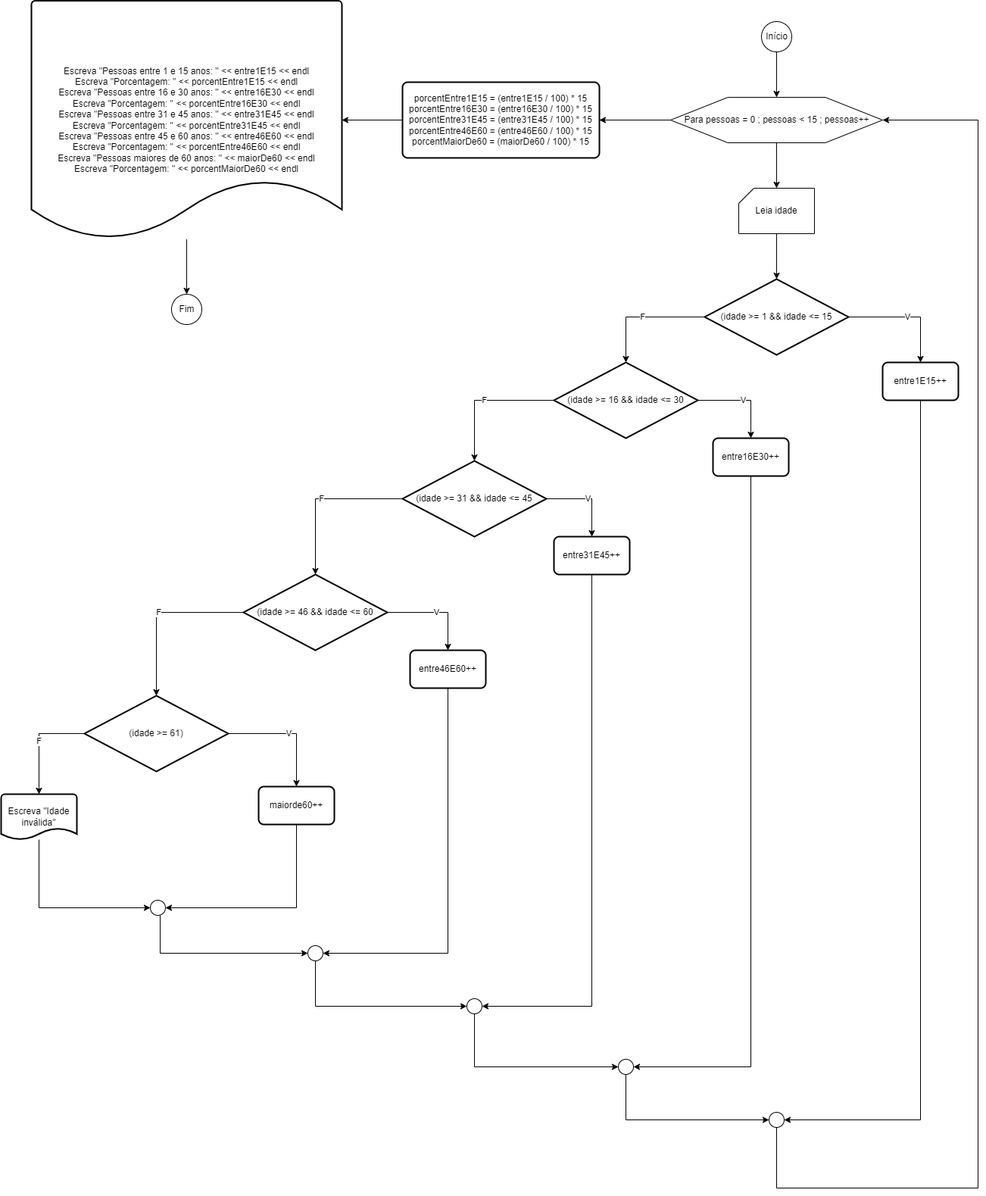
Above: LOG1/Listas/Lista 2 - Comandos Repetição/Diagramas/ex2.drawio.png in Marchinner/Faculdade (draw.io), before the change. Source tidied: cells renumbered, new cells last; positions are measured from the earlier drawing's top-left corner, leaving out a move shared by most shapes. The source it was exported from:
```xml
<mxGraphModel>
  <root>
    <mxCell id="0" />
    <mxCell id="1" parent="0" />
    <mxCell id="2" style="edgeStyle=orthogonalEdgeStyle;rounded=0;jettySize=auto;html=1;" parent="1" edge="1" source="3" target="6">
      <mxGeometry relative="1" as="geometry" />
    </mxCell>
    <mxCell id="3" value="Início" style="verticalLabelPosition=middle;verticalAlign=middle;html=1;shape=mxgraph.flowchart.on-page_reference;labelPosition=center;align=center;" parent="1" vertex="1">
      <mxGeometry x="1004" y="28" width="40" height="40" as="geometry" />
    </mxCell>
    <mxCell id="4" style="edgeStyle=orthogonalEdgeStyle;rounded=0;jettySize=auto;html=1;" parent="1" edge="1" source="6" target="8">
      <mxGeometry relative="1" as="geometry" />
    </mxCell>
    <mxCell id="5" style="edgeStyle=orthogonalEdgeStyle;rounded=0;jettySize=auto;html=1;" parent="1" edge="1" source="6" target="47">
      <mxGeometry relative="1" as="geometry" />
    </mxCell>
    <mxCell id="6" value="Para pessoas = 0 ; pessoas &amp;lt; 15 ; pessoas++" style="verticalLabelPosition=middle;verticalAlign=middle;html=1;shape=hexagon;perimeter=hexagonPerimeter2;arcSize=6;size=0.27;labelPosition=center;align=center;" parent="1" vertex="1">
      <mxGeometry x="884" y="128" width="280" height="60" as="geometry" />
    </mxCell>
    <mxCell id="7" style="edgeStyle=orthogonalEdgeStyle;rounded=0;jettySize=auto;html=1;" parent="1" edge="1" source="8" target="11">
      <mxGeometry relative="1" as="geometry" />
    </mxCell>
    <mxCell id="8" value="Leia idade" style="verticalLabelPosition=middle;verticalAlign=middle;html=1;shape=card;whiteSpace=wrap;size=20;arcSize=12;labelPosition=center;align=center;" parent="1" vertex="1">
      <mxGeometry x="974" y="248" width="100" height="60" as="geometry" />
    </mxCell>
    <mxCell id="9" value="V" style="edgeStyle=orthogonalEdgeStyle;rounded=0;jettySize=auto;html=1;entryX=0.5;entryY=0;entryDx=0;entryDy=0;" parent="1" edge="1" source="11" target="25">
      <mxGeometry relative="1" as="geometry" />
    </mxCell>
    <mxCell id="10" value="F" style="edgeStyle=orthogonalEdgeStyle;rounded=0;jettySize=auto;html=1;entryX=0.5;entryY=0;entryDx=0;entryDy=0;entryPerimeter=0;" parent="1" edge="1" source="11" target="14">
      <mxGeometry relative="1" as="geometry" />
    </mxCell>
    <mxCell id="11" value="(idade &amp;gt;= 1 &amp;amp;&amp;amp; idade &amp;lt;= 15" style="strokeWidth=2;html=1;shape=mxgraph.flowchart.decision;whiteSpace=wrap;" parent="1" vertex="1">
      <mxGeometry x="929" y="368" width="190" height="100" as="geometry" />
    </mxCell>
    <mxCell id="12" value="V" style="edgeStyle=orthogonalEdgeStyle;rounded=0;jettySize=auto;html=1;entryX=0.5;entryY=0;entryDx=0;entryDy=0;" parent="1" edge="1" source="14" target="27">
      <mxGeometry relative="1" as="geometry" />
    </mxCell>
    <mxCell id="13" value="F" style="edgeStyle=orthogonalEdgeStyle;rounded=0;jettySize=auto;html=1;entryX=0.5;entryY=0;entryDx=0;entryDy=0;entryPerimeter=0;" parent="1" edge="1" source="14" target="17">
      <mxGeometry relative="1" as="geometry" />
    </mxCell>
    <mxCell id="14" value="(idade &amp;gt;= 16 &amp;amp;&amp;amp; idade &amp;lt;= 30&lt;span style=&quot;color: rgba(0, 0, 0, 0); font-family: monospace; font-size: 0px; text-align: start;&quot;&gt;%3CmxGraphModel%3E%3Croot%3E%3CmxCell%20id%3D%220%22%2F%3E%3CmxCell%20id%3D%221%22%20parent%3D%220%22%2F%3E%3CmxCell%20id%3D%222%22%20value%3D%22(idade%20%26amp%3Bgt%3B%3D%201%20%26amp%3Bamp%3B%26amp%3Bamp%3B%20idade%20%26amp%3Blt%3B%3D%2015%22%20style%3D%22strokeWidth%3D2%3Bhtml%3D1%3Bshape%3Dmxgraph.flowchart.decision%3BwhiteSpace%3Dwrap%3B%22%20vertex%3D%221%22%20parent%3D%221%22%3E%3CmxGeometry%20x%3D%22319%22%20y%3D%22360%22%20width%3D%22190%22%20height%3D%22100%22%20as%3D%22geometry%22%2F%3E%3C%2FmxCell%3E%3C%2Froot%3E%3C%2FmxGraphModel%3E&lt;/span&gt;" style="strokeWidth=2;html=1;shape=mxgraph.flowchart.decision;whiteSpace=wrap;" parent="1" vertex="1">
      <mxGeometry x="730" y="478" width="190" height="100" as="geometry" />
    </mxCell>
    <mxCell id="15" value="V" style="edgeStyle=orthogonalEdgeStyle;rounded=0;jettySize=auto;html=1;entryX=0.5;entryY=0;entryDx=0;entryDy=0;" parent="1" edge="1" source="17" target="29">
      <mxGeometry relative="1" as="geometry" />
    </mxCell>
    <mxCell id="16" value="F" style="edgeStyle=orthogonalEdgeStyle;rounded=0;jettySize=auto;html=1;entryX=0.5;entryY=0;entryDx=0;entryDy=0;entryPerimeter=0;" parent="1" edge="1" source="17" target="20">
      <mxGeometry relative="1" as="geometry" />
    </mxCell>
    <mxCell id="17" value="(idade &amp;gt;= 31 &amp;amp;&amp;amp; idade &amp;lt;= 45&lt;span style=&quot;color: rgba(0, 0, 0, 0); font-family: monospace; font-size: 0px; text-align: start;&quot;&gt;%3CmxGraphModel%3E%3Croot%3E%3CmxCell%20id%3D%220%22%2F%3E%3CmxCell%20id%3D%221%22%20parent%3D%220%22%2F%3E%3CmxCell%20id%3D%222%22%20value%3D%22(idade%20%26amp%3Bgt%3B%3D%201%20%26amp%3Bamp%3B%26amp%3Bamp%3B%20idade%20%26amp%3Blt%3B%3D%2015%22%20style%3D%22strokeWidth%3D2%3Bhtml%3D1%3Bshape%3Dmxgraph.flowchart.decision%3BwhiteSpace%3Dwrap%3B%22%20vertex%3D%221%22%20parent%3D%221%22%3E%3CmxGeometry%20x%3D%22319%22%20y%3D%22360%22%20width%3D%22190%22%20height%3D%22100%22%20as%3D%22geometry%22%2F%3E%3C%2FmxCell%3E%3C%2Froot%3E%3C%2FmxGraphModel%3E&lt;/span&gt;" style="strokeWidth=2;html=1;shape=mxgraph.flowchart.decision;whiteSpace=wrap;" parent="1" vertex="1">
      <mxGeometry x="530" y="608" width="190" height="100" as="geometry" />
    </mxCell>
    <mxCell id="18" value="V" style="edgeStyle=orthogonalEdgeStyle;rounded=0;jettySize=auto;html=1;entryX=0.5;entryY=0;entryDx=0;entryDy=0;" parent="1" edge="1" source="20" target="31">
      <mxGeometry relative="1" as="geometry" />
    </mxCell>
    <mxCell id="19" value="F" style="edgeStyle=orthogonalEdgeStyle;rounded=0;jettySize=auto;html=1;entryX=0.5;entryY=0;entryDx=0;entryDy=0;entryPerimeter=0;" parent="1" edge="1" source="20" target="23">
      <mxGeometry relative="1" as="geometry" />
    </mxCell>
    <mxCell id="20" value="(idade &amp;gt;= 46 &amp;amp;&amp;amp; idade &amp;lt;= 60&lt;span style=&quot;color: rgba(0, 0, 0, 0); font-family: monospace; font-size: 0px; text-align: start;&quot;&gt;%3CmxGraphModel%3E%3Croot%3E%3CmxCell%20id%3D%220%22%2F%3E%3CmxCell%20id%3D%221%22%20parent%3D%220%22%2F%3E%3CmxCell%20id%3D%222%22%20value%3D%22(idade%20%26amp%3Bgt%3B%3D%201%20%26amp%3Bamp%3B%26amp%3Bamp%3B%20idade%20%26amp%3Blt%3B%3D%2015%22%20style%3D%22strokeWidth%3D2%3Bhtml%3D1%3Bshape%3Dmxgraph.flowchart.decision%3BwhiteSpace%3Dwrap%3B%22%20vertex%3D%221%22%20parent%3D%221%22%3E%3CmxGeometry%20x%3D%22319%22%20y%3D%22360%22%20width%3D%22190%22%20height%3D%22100%22%20as%3D%22geometry%22%2F%3E%3C%2FmxCell%3E%3C%2Froot%3E%3C%2FmxGraphModel%3E&lt;/span&gt;" style="strokeWidth=2;html=1;shape=mxgraph.flowchart.decision;whiteSpace=wrap;" parent="1" vertex="1">
      <mxGeometry x="320" y="758" width="190" height="100" as="geometry" />
    </mxCell>
    <mxCell id="21" value="V" style="edgeStyle=orthogonalEdgeStyle;rounded=0;jettySize=auto;html=1;entryX=0.5;entryY=0;entryDx=0;entryDy=0;" parent="1" edge="1" source="23" target="33">
      <mxGeometry relative="1" as="geometry" />
    </mxCell>
    <mxCell id="22" value="F" style="edgeStyle=orthogonalEdgeStyle;rounded=0;jettySize=auto;html=1;entryX=0.5;entryY=0;entryDx=0;entryDy=0;entryPerimeter=0;" parent="1" edge="1" source="23" target="35">
      <mxGeometry relative="1" as="geometry" />
    </mxCell>
    <mxCell id="23" value="(idade &amp;gt;= 61)&lt;span style=&quot;color: rgba(0, 0, 0, 0); font-family: monospace; font-size: 0px; text-align: start;&quot;&gt;%3CmxGraphModel%3E%3Croot%3E%3CmxCell%20id%3D%220%22%2F%3E%3CmxCell%20id%3D%221%22%20parent%3D%220%22%2F%3E%3CmxCell%20id%3D%222%22%20value%3D%22(idade%20%26amp%3Bgt%3B%3D%201%20%26amp%3Bamp%3B%26amp%3Bamp%3B%20idade%20%26amp%3Blt%3B%3D%2015%22%20style%3D%22strokeWidth%3D2%3Bhtml%3D1%3Bshape%3Dmxgraph.flowchart.decision%3BwhiteSpace%3Dwrap%3B%22%20vertex%3D%221%22%20parent%3D%221%22%3E%3CmxGeometry%20x%3D%22319%22%20y%3D%22360%22%20width%3D%22190%22%20height%3D%22100%22%20as%3D%22geometry%22%2F%3E%3C%2FmxCell%3E%3C%2Froot%3E%3C%2FmxGraphModel%3E&lt;/span&gt;" style="strokeWidth=2;html=1;shape=mxgraph.flowchart.decision;whiteSpace=wrap;" parent="1" vertex="1">
      <mxGeometry x="110" y="918" width="190" height="100" as="geometry" />
    </mxCell>
    <mxCell id="24" style="edgeStyle=orthogonalEdgeStyle;rounded=0;jettySize=auto;html=1;entryX=1;entryY=0.5;entryDx=0;entryDy=0;entryPerimeter=0;" parent="1" edge="1" source="25" target="45">
      <mxGeometry relative="1" as="geometry">
        <Array as="points">
          <mxPoint x="1214" y="1478" />
        </Array>
      </mxGeometry>
    </mxCell>
    <mxCell id="25" value="entre1E15++" style="rounded=1;whiteSpace=wrap;html=1;absoluteArcSize=1;arcSize=14;strokeWidth=2;" parent="1" vertex="1">
      <mxGeometry x="1164" y="478" width="100" height="50" as="geometry" />
    </mxCell>
    <mxCell id="26" style="edgeStyle=orthogonalEdgeStyle;rounded=0;jettySize=auto;html=1;entryX=1;entryY=0.5;entryDx=0;entryDy=0;entryPerimeter=0;" parent="1" edge="1" source="27" target="43">
      <mxGeometry relative="1" as="geometry">
        <Array as="points">
          <mxPoint x="990" y="1408" />
        </Array>
      </mxGeometry>
    </mxCell>
    <mxCell id="27" value="entre16E30++" style="rounded=1;whiteSpace=wrap;html=1;absoluteArcSize=1;arcSize=14;strokeWidth=2;" parent="1" vertex="1">
      <mxGeometry x="940" y="578" width="100" height="50" as="geometry" />
    </mxCell>
    <mxCell id="28" style="edgeStyle=orthogonalEdgeStyle;rounded=0;jettySize=auto;html=1;entryX=1;entryY=0.5;entryDx=0;entryDy=0;entryPerimeter=0;" parent="1" edge="1" source="29" target="41">
      <mxGeometry relative="1" as="geometry">
        <Array as="points">
          <mxPoint x="780" y="1328" />
        </Array>
      </mxGeometry>
    </mxCell>
    <mxCell id="29" value="entre31E45++" style="rounded=1;whiteSpace=wrap;html=1;absoluteArcSize=1;arcSize=14;strokeWidth=2;" parent="1" vertex="1">
      <mxGeometry x="730" y="708" width="100" height="50" as="geometry" />
    </mxCell>
    <mxCell id="30" style="edgeStyle=orthogonalEdgeStyle;rounded=0;jettySize=auto;html=1;entryX=1;entryY=0.5;entryDx=0;entryDy=0;entryPerimeter=0;" parent="1" edge="1" source="31" target="39">
      <mxGeometry relative="1" as="geometry">
        <Array as="points">
          <mxPoint x="590" y="1258" />
        </Array>
      </mxGeometry>
    </mxCell>
    <mxCell id="31" value="entre46E60++" style="rounded=1;whiteSpace=wrap;html=1;absoluteArcSize=1;arcSize=14;strokeWidth=2;" parent="1" vertex="1">
      <mxGeometry x="540" y="858" width="100" height="50" as="geometry" />
    </mxCell>
    <mxCell id="32" style="edgeStyle=orthogonalEdgeStyle;rounded=0;jettySize=auto;html=1;entryX=1;entryY=0.5;entryDx=0;entryDy=0;entryPerimeter=0;" parent="1" edge="1" source="33" target="37">
      <mxGeometry relative="1" as="geometry">
        <Array as="points">
          <mxPoint x="390" y="1198" />
        </Array>
      </mxGeometry>
    </mxCell>
    <mxCell id="33" value="maiorde60++" style="rounded=1;whiteSpace=wrap;html=1;absoluteArcSize=1;arcSize=14;strokeWidth=2;" parent="1" vertex="1">
      <mxGeometry x="340" y="1038" width="100" height="50" as="geometry" />
    </mxCell>
    <mxCell id="34" style="edgeStyle=orthogonalEdgeStyle;rounded=0;jettySize=auto;html=1;entryX=0;entryY=0.5;entryDx=0;entryDy=0;entryPerimeter=0;" parent="1" edge="1" source="35" target="37">
      <mxGeometry relative="1" as="geometry">
        <Array as="points">
          <mxPoint x="50" y="1198" />
        </Array>
      </mxGeometry>
    </mxCell>
    <mxCell id="35" value="Escreva &quot;Idade inválida&quot;" style="strokeWidth=2;html=1;shape=mxgraph.flowchart.document2;whiteSpace=wrap;size=0.25;" parent="1" vertex="1">
      <mxGeometry y="1048" width="100" height="60" as="geometry" />
    </mxCell>
    <mxCell id="36" style="edgeStyle=orthogonalEdgeStyle;rounded=0;jettySize=auto;html=1;entryX=0;entryY=0.5;entryDx=0;entryDy=0;entryPerimeter=0;" parent="1" edge="1" source="37" target="39">
      <mxGeometry relative="1" as="geometry">
        <Array as="points">
          <mxPoint x="210" y="1258" />
        </Array>
      </mxGeometry>
    </mxCell>
    <mxCell id="37" style="verticalLabelPosition=bottom;verticalAlign=top;html=1;shape=mxgraph.flowchart.on-page_reference;" parent="1" vertex="1">
      <mxGeometry x="197" y="1188" width="20" height="20" as="geometry" />
    </mxCell>
    <mxCell id="38" style="edgeStyle=orthogonalEdgeStyle;rounded=0;jettySize=auto;html=1;entryX=0;entryY=0.5;entryDx=0;entryDy=0;entryPerimeter=0;" parent="1" edge="1" source="39" target="41">
      <mxGeometry relative="1" as="geometry">
        <Array as="points">
          <mxPoint x="415" y="1328" />
        </Array>
      </mxGeometry>
    </mxCell>
    <mxCell id="39" style="verticalLabelPosition=bottom;verticalAlign=top;html=1;shape=mxgraph.flowchart.on-page_reference;" parent="1" vertex="1">
      <mxGeometry x="405" y="1248" width="20" height="20" as="geometry" />
    </mxCell>
    <mxCell id="40" style="edgeStyle=orthogonalEdgeStyle;rounded=0;jettySize=auto;html=1;entryX=0;entryY=0.5;entryDx=0;entryDy=0;entryPerimeter=0;" parent="1" edge="1" source="41" target="43">
      <mxGeometry relative="1" as="geometry">
        <Array as="points">
          <mxPoint x="625" y="1408" />
        </Array>
      </mxGeometry>
    </mxCell>
    <mxCell id="41" style="verticalLabelPosition=bottom;verticalAlign=top;html=1;shape=mxgraph.flowchart.on-page_reference;" parent="1" vertex="1">
      <mxGeometry x="615" y="1318" width="20" height="20" as="geometry" />
    </mxCell>
    <mxCell id="42" style="edgeStyle=orthogonalEdgeStyle;rounded=0;jettySize=auto;html=1;entryX=0;entryY=0.5;entryDx=0;entryDy=0;entryPerimeter=0;" parent="1" edge="1" source="43" target="45">
      <mxGeometry relative="1" as="geometry">
        <Array as="points">
          <mxPoint x="825" y="1478" />
        </Array>
      </mxGeometry>
    </mxCell>
    <mxCell id="43" style="verticalLabelPosition=bottom;verticalAlign=top;html=1;shape=mxgraph.flowchart.on-page_reference;" parent="1" vertex="1">
      <mxGeometry x="815" y="1398" width="20" height="20" as="geometry" />
    </mxCell>
    <mxCell id="44" style="edgeStyle=orthogonalEdgeStyle;rounded=0;jettySize=auto;html=1;entryX=1;entryY=0.5;entryDx=0;entryDy=0;" parent="1" edge="1" source="45" target="6">
      <mxGeometry relative="1" as="geometry">
        <Array as="points">
          <mxPoint x="1024" y="1568" />
          <mxPoint x="1290" y="1568" />
          <mxPoint x="1290" y="158" />
        </Array>
      </mxGeometry>
    </mxCell>
    <mxCell id="45" style="verticalLabelPosition=bottom;verticalAlign=top;html=1;shape=mxgraph.flowchart.on-page_reference;" parent="1" vertex="1">
      <mxGeometry x="1014" y="1468" width="20" height="20" as="geometry" />
    </mxCell>
    <mxCell id="46" style="edgeStyle=orthogonalEdgeStyle;rounded=0;jettySize=auto;html=1;" parent="1" edge="1" source="47" target="49">
      <mxGeometry relative="1" as="geometry" />
    </mxCell>
    <mxCell id="47" value="porcentEntre1E15 = (entre1E15 / 100) * 15&lt;br&gt;porcentEntre16E30 = (entre16E30 / 100) * 15&lt;br&gt;porcentEntre31E45 = (entre31E45 / 100) * 15&lt;br&gt;porcentEntre46E60 = (entre46E60 / 100) * 15&lt;br&gt;porcentMaiorDe60 = (maiorDe60 / 100) * 15" style="rounded=1;whiteSpace=wrap;html=1;absoluteArcSize=1;arcSize=14;strokeWidth=2;" parent="1" vertex="1">
      <mxGeometry x="530" y="108" width="260" height="100" as="geometry" />
    </mxCell>
    <mxCell id="48" style="edgeStyle=orthogonalEdgeStyle;rounded=0;jettySize=auto;html=1;" parent="1" edge="1" source="49" target="50">
      <mxGeometry relative="1" as="geometry" />
    </mxCell>
    <mxCell id="49" value="Escreva &quot;Pessoas entre 1 e 15 anos: &quot; &amp;lt;&amp;lt; entre1E15 &amp;lt;&amp;lt; endl&lt;br&gt;Escreva &quot;Porcentagem: &quot; &amp;lt;&amp;lt; porcentEntre1E15 &amp;lt;&amp;lt; endl&lt;br&gt;Escreva &quot;Pessoas entre 16 e 30 anos: &quot; &amp;lt;&amp;lt; entre16E30 &amp;lt;&amp;lt; endl&lt;br&gt;Escreva &quot;Porcentagem: &quot; &amp;lt;&amp;lt; porcentEntre16E30 &amp;lt;&amp;lt; endl&lt;br&gt;Escreva &quot;Pessoas entre 31 e 45 anos: &quot; &amp;lt;&amp;lt; entre31E45 &amp;lt;&amp;lt; endl&lt;br&gt;Escreva &quot;Porcentagem: &quot; &amp;lt;&amp;lt; porcentEntre31E45 &amp;lt;&amp;lt; endl&lt;br&gt;Escreva &quot;Pessoas entre 45 e 60 anos: &quot; &amp;lt;&amp;lt; entre46E60 &amp;lt;&amp;lt; endl&lt;br&gt;Escreva &quot;Porcentagem: &quot; &amp;lt;&amp;lt; porcentEntre46E60 &amp;lt;&amp;lt; endl&lt;br&gt;Escreva &quot;Pessoas maiores de 60 anos: &quot; &amp;lt;&amp;lt; maiorDe60 &amp;lt;&amp;lt; endl&lt;br&gt;Escreva &quot;Porcentagem: &quot; &amp;lt;&amp;lt; porcentMaiorDe60 &amp;lt;&amp;lt; endl" style="strokeWidth=2;html=1;shape=mxgraph.flowchart.document2;whiteSpace=wrap;size=0.25;" parent="1" vertex="1">
      <mxGeometry x="40" y="0.5" width="410" height="315" as="geometry" />
    </mxCell>
    <mxCell id="50" value="Fim" style="verticalLabelPosition=middle;verticalAlign=middle;html=1;shape=mxgraph.flowchart.on-page_reference;labelPosition=center;align=center;" parent="1" vertex="1">
      <mxGeometry x="225" y="388" width="40" height="40" as="geometry" />
    </mxCell>
  </root>
</mxGraphModel>
```
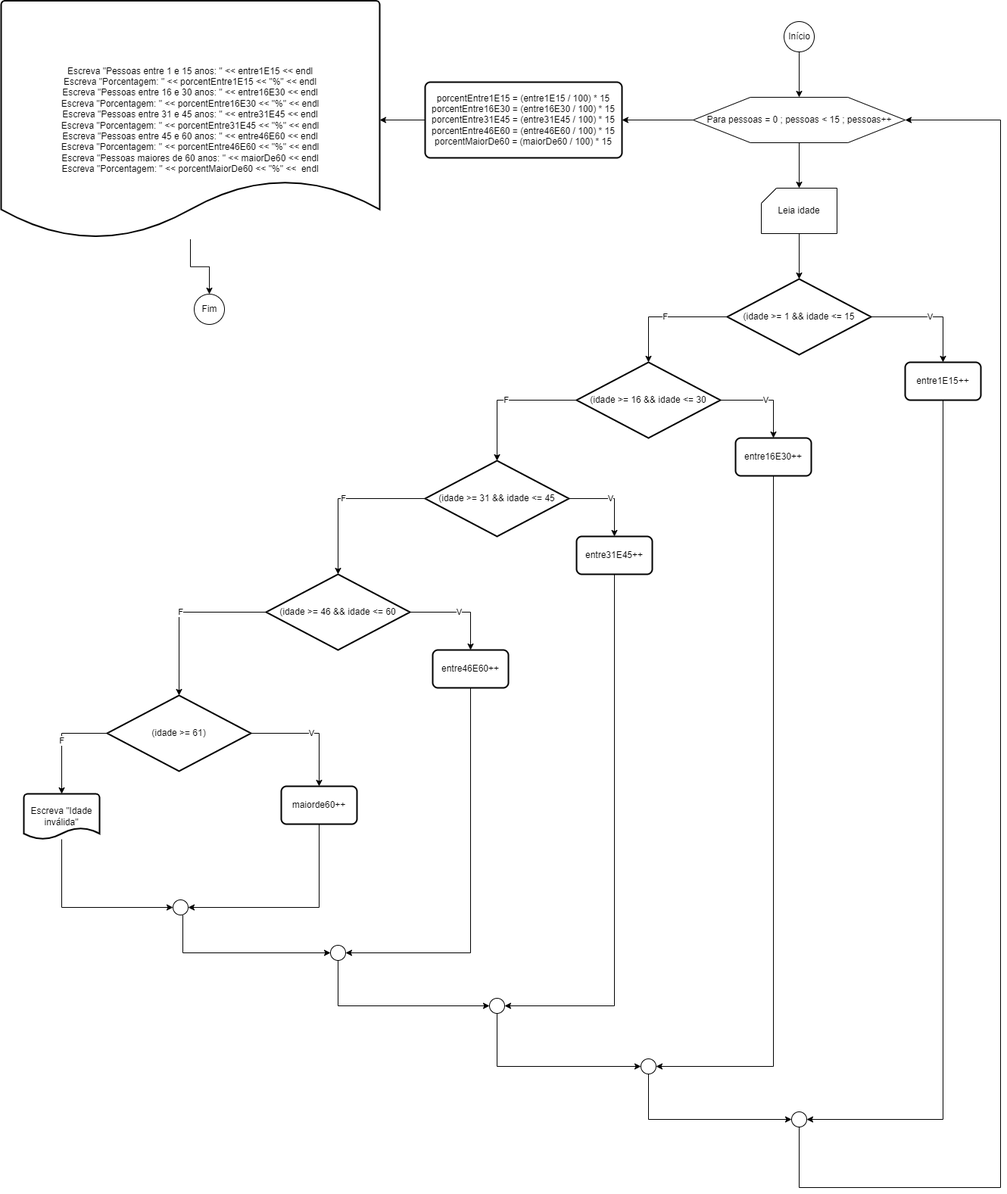
The same diagram one commit later.

Change to the diagram source:
```diff
@@ -189,8 +189,8 @@
     <mxCell id="48" style="edgeStyle=orthogonalEdgeStyle;rounded=0;jettySize=auto;html=1;" parent="1" edge="1" source="49" target="50">
       <mxGeometry relative="1" as="geometry" />
     </mxCell>
-    <mxCell id="49" value="Escreva &quot;Pessoas entre 1 e 15 anos: &quot; &amp;lt;&amp;lt; entre1E15 &amp;lt;&amp;lt; endl&lt;br&gt;Escreva &quot;Porcentagem: &quot; &amp;lt;&amp;lt; porcentEntre1E15 &amp;lt;&amp;lt; endl&lt;br&gt;Escreva &quot;Pessoas entre 16 e 30 anos: &quot; &amp;lt;&amp;lt; entre16E30 &amp;lt;&amp;lt; endl&lt;br&gt;Escreva &quot;Porcentagem: &quot; &amp;lt;&amp;lt; porcentEntre16E30 &amp;lt;&amp;lt; endl&lt;br&gt;Escreva &quot;Pessoas entre 31 e 45 anos: &quot; &amp;lt;&amp;lt; entre31E45 &amp;lt;&amp;lt; endl&lt;br&gt;Escreva &quot;Porcentagem: &quot; &amp;lt;&amp;lt; porcentEntre31E45 &amp;lt;&amp;lt; endl&lt;br&gt;Escreva &quot;Pessoas entre 45 e 60 anos: &quot; &amp;lt;&amp;lt; entre46E60 &amp;lt;&amp;lt; endl&lt;br&gt;Escreva &quot;Porcentagem: &quot; &amp;lt;&amp;lt; porcentEntre46E60 &amp;lt;&amp;lt; endl&lt;br&gt;Escreva &quot;Pessoas maiores de 60 anos: &quot; &amp;lt;&amp;lt; maiorDe60 &amp;lt;&amp;lt; endl&lt;br&gt;Escreva &quot;Porcentagem: &quot; &amp;lt;&amp;lt; porcentMaiorDe60 &amp;lt;&amp;lt; endl" style="strokeWidth=2;html=1;shape=mxgraph.flowchart.document2;whiteSpace=wrap;size=0.25;" parent="1" vertex="1">
-      <mxGeometry x="40" y="0.5" width="410" height="315" as="geometry" />
+    <mxCell id="49" value="Escreva &quot;Pessoas entre 1 e 15 anos: &quot; &amp;lt;&amp;lt; entre1E15 &amp;lt;&amp;lt; endl&lt;br&gt;Escreva &quot;Porcentagem: &quot; &amp;lt;&amp;lt; porcentEntre1E15 &amp;lt;&amp;lt; &quot;%&quot; &amp;lt;&amp;lt; endl&lt;br&gt;Escreva &quot;Pessoas entre 16 e 30 anos: &quot; &amp;lt;&amp;lt; entre16E30 &amp;lt;&amp;lt; endl&lt;br&gt;Escreva &quot;Porcentagem: &quot; &amp;lt;&amp;lt; porcentEntre16E30 &amp;lt;&amp;lt; &quot;%&quot; &amp;lt;&amp;lt; endl&lt;br&gt;Escreva &quot;Pessoas entre 31 e 45 anos: &quot; &amp;lt;&amp;lt; entre31E45 &amp;lt;&amp;lt; endl&lt;br&gt;Escreva &quot;Porcentagem: &quot; &amp;lt;&amp;lt; porcentEntre31E45 &amp;lt;&amp;lt; &quot;%&quot; &amp;lt;&amp;lt;&amp;nbsp;endl&lt;br&gt;Escreva &quot;Pessoas entre 45 e 60 anos: &quot; &amp;lt;&amp;lt; entre46E60 &amp;lt;&amp;lt; endl&lt;br&gt;Escreva &quot;Porcentagem: &quot; &amp;lt;&amp;lt; porcentEntre46E60 &amp;lt;&amp;lt; &quot;%&quot; &amp;lt;&amp;lt;&amp;nbsp;endl&lt;br&gt;Escreva &quot;Pessoas maiores de 60 anos: &quot; &amp;lt;&amp;lt; maiorDe60 &amp;lt;&amp;lt; endl&lt;br&gt;Escreva &quot;Porcentagem: &quot; &amp;lt;&amp;lt; porcentMaiorDe60 &amp;lt;&amp;lt; &quot;%&quot; &amp;lt;&amp;lt;&amp;nbsp;&amp;nbsp;endl" style="strokeWidth=2;html=1;shape=mxgraph.flowchart.document2;whiteSpace=wrap;size=0.25;" parent="1" vertex="1">
+      <mxGeometry x="-30" y="0.5" width="500" height="315" as="geometry" />
     </mxCell>
     <mxCell id="50" value="Fim" style="verticalLabelPosition=middle;verticalAlign=middle;html=1;shape=mxgraph.flowchart.on-page_reference;labelPosition=center;align=center;" parent="1" vertex="1">
       <mxGeometry x="225" y="388" width="40" height="40" as="geometry" />
```
